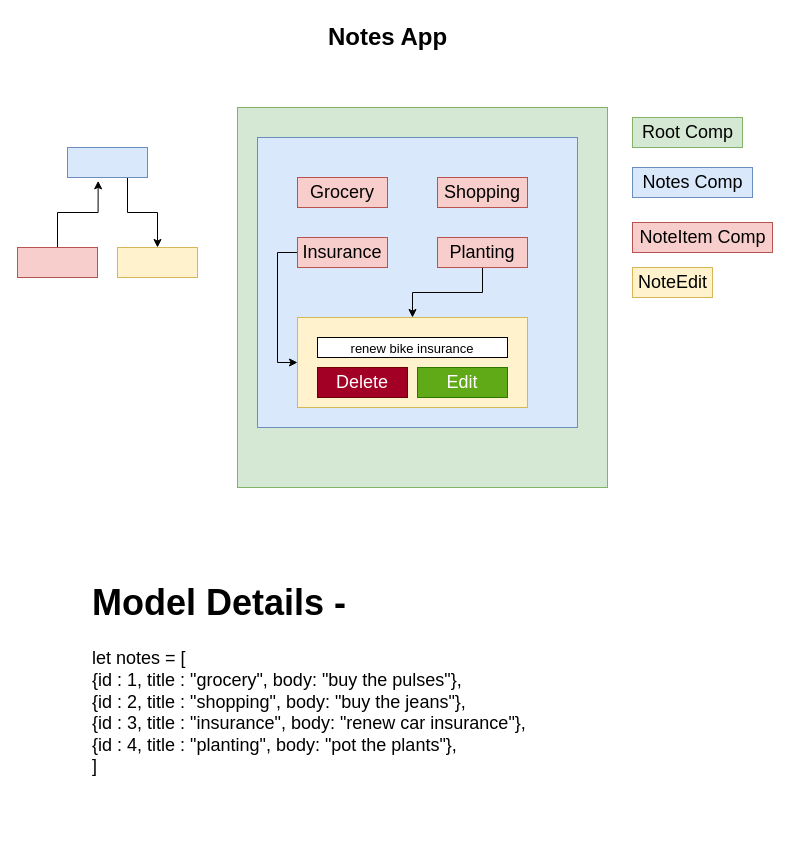
Above: page "Page-10" (10 of 17) of full-diagrams.drawio in synergy2411/citiustech-sept21 (draw.io), before the change. Source tidied: cells renumbered, new cells numbered last; positions are measured from the earlier drawing's top-left corner, leaving out a move shared by most shapes. Both pictures are drawn from the tidied source at 100%, with x=0, y=0 at pixel (17, 17).
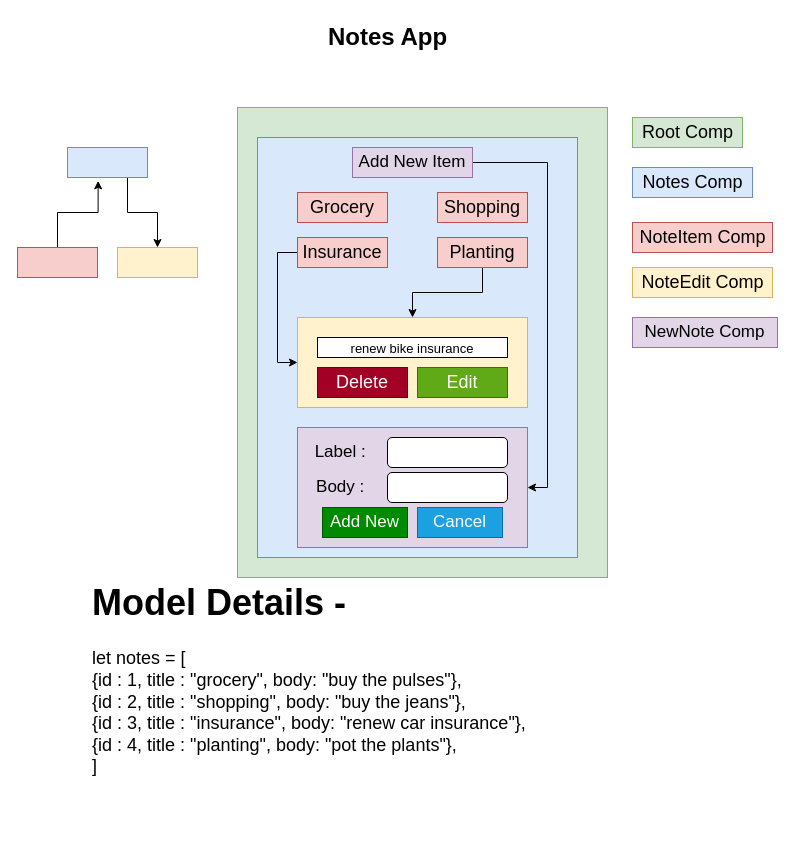
Above is the later version.

What changed in the source:
```diff
@@
     <mxCell id="3" style="rounded=0;whiteSpace=wrap;html=1;fontSize=18;fillColor=#d5e8d4;strokeColor=#82b366;" parent="1" vertex="1">
-      <mxGeometry x="220" y="90" width="370" height="380" as="geometry" />
+      <mxGeometry x="220" y="90" width="370" height="470" as="geometry" />
     </mxCell>
@@
     <mxCell id="5" style="rounded=0;whiteSpace=wrap;html=1;fontSize=18;fillColor=#dae8fc;strokeColor=#6c8ebf;" parent="1" vertex="1">
-      <mxGeometry x="240" y="120" width="320" height="290" as="geometry" />
+      <mxGeometry x="240" y="120" width="320" height="420" as="geometry" />
     </mxCell>
@@
     <mxCell id="7" value="Grocery" style="rounded=0;whiteSpace=wrap;html=1;fontSize=18;fillColor=#f8cecc;strokeColor=#b85450;" parent="1" vertex="1">
-      <mxGeometry x="280" y="160" width="90" height="30" as="geometry" />
+      <mxGeometry x="280" y="175" width="90" height="30" as="geometry" />
     </mxCell>
     <mxCell id="8" value="Shopping" style="rounded=0;whiteSpace=wrap;html=1;fontSize=18;fillColor=#f8cecc;strokeColor=#b85450;" parent="1" vertex="1">
-      <mxGeometry x="420" y="160" width="90" height="30" as="geometry" />
+      <mxGeometry x="420" y="175" width="90" height="30" as="geometry" />
     </mxCell>
@@
-    <mxCell id="16" value="NoteEdit" style="text;html=1;align=center;verticalAlign=middle;strokeColor=#d6b656;fillColor=#fff2cc;fontSize=18;" parent="1" vertex="1">
-      <mxGeometry x="615" y="250" width="80" height="30" as="geometry" />
+    <mxCell id="16" value="NoteEdit Comp" style="text;html=1;align=center;verticalAlign=middle;strokeColor=#d6b656;fillColor=#fff2cc;fontSize=18;" parent="1" vertex="1">
+      <mxGeometry x="615" y="250" width="140" height="30" as="geometry" />
     </mxCell>
@@
+    <mxCell id="25" style="rounded=0;whiteSpace=wrap;html=1;fontSize=17;fillColor=#e1d5e7;strokeColor=#9673a6;" parent="1" vertex="1">
+      <mxGeometry x="280" y="410" width="230" height="120" as="geometry" />
+    </mxCell>
+    <mxCell id="26" style="rounded=1;whiteSpace=wrap;html=1;fontSize=17;" parent="1" vertex="1">
+      <mxGeometry x="370" y="420" width="120" height="30" as="geometry" />
+    </mxCell>
+    <mxCell id="27" style="rounded=1;whiteSpace=wrap;html=1;fontSize=17;" parent="1" vertex="1">
+      <mxGeometry x="370" y="455" width="120" height="30" as="geometry" />
+    </mxCell>
+    <mxCell id="28" value="Add New" style="rounded=0;whiteSpace=wrap;html=1;fontSize=17;fillColor=#008a00;strokeColor=#005700;fontColor=#ffffff;" parent="1" vertex="1">
+      <mxGeometry x="305" y="490" width="85" height="30" as="geometry" />
+    </mxCell>
+    <mxCell id="29" value="Cancel" style="rounded=0;whiteSpace=wrap;html=1;fontSize=17;fillColor=#1ba1e2;strokeColor=#006EAF;fontColor=#ffffff;" parent="1" vertex="1">
+      <mxGeometry x="400" y="490" width="85" height="30" as="geometry" />
+    </mxCell>
+    <mxCell id="30" value="Label :&amp;nbsp;" style="text;html=1;align=center;verticalAlign=middle;strokeColor=none;fillColor=none;fontSize=17;" parent="1" vertex="1">
+      <mxGeometry x="290" y="420" width="70" height="30" as="geometry" />
+    </mxCell>
+    <mxCell id="31" value="Body :&amp;nbsp;" style="text;html=1;align=center;verticalAlign=middle;strokeColor=none;fillColor=none;fontSize=17;" parent="1" vertex="1">
+      <mxGeometry x="290" y="455" width="70" height="30" as="geometry" />
+    </mxCell>
+    <mxCell id="32" style="edgeStyle=orthogonalEdgeStyle;rounded=0;jettySize=auto;html=1;exitX=1;exitY=0.5;exitDx=0;exitDy=0;entryX=1;entryY=0.5;entryDx=0;entryDy=0;fontSize=17;" parent="1" edge="1" source="33" target="25">
+      <mxGeometry relative="1" as="geometry" />
+    </mxCell>
+    <mxCell id="33" value="Add New Item" style="rounded=0;whiteSpace=wrap;html=1;fontSize=17;fillColor=#e1d5e7;strokeColor=#9673a6;" parent="1" vertex="1">
+      <mxGeometry x="335" y="130" width="120" height="30" as="geometry" />
+    </mxCell>
+    <mxCell id="34" value="NewNote Comp" style="rounded=0;whiteSpace=wrap;html=1;fontSize=17;fillColor=#e1d5e7;strokeColor=#9673a6;" parent="1" vertex="1">
+      <mxGeometry x="615" y="300" width="145" height="30" as="geometry" />
+    </mxCell>
```
